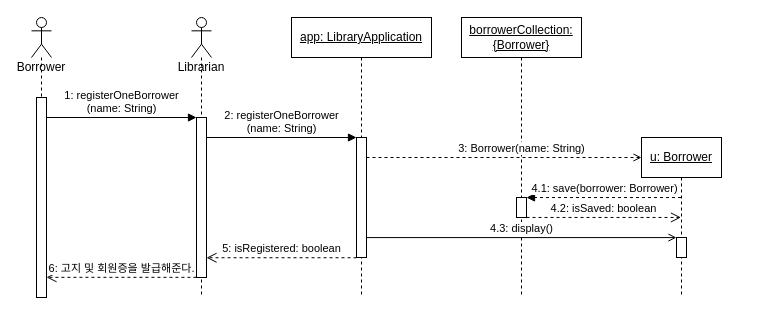
The draw.io diagram UML/SD1 Register one borrower.drawio in Halozhan/2023-2-LibraryApplication, before the edit. Source tidied: cells renumbered, new cells numbered last; positions are measured from the earlier drawing's top-left corner, leaving out a move shared by most shapes. Both pictures are drawn from the tidied source at 100%, with x=0, y=0 at pixel (31, 17).
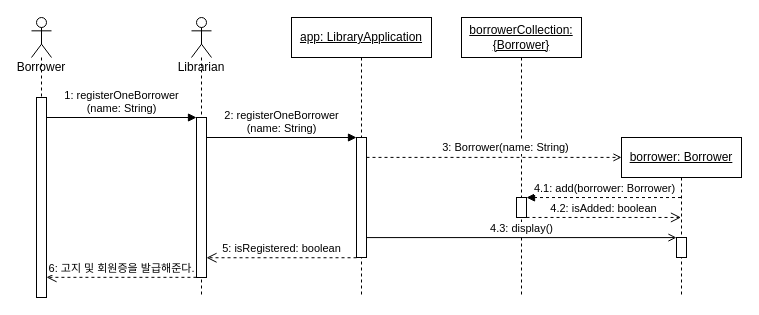
The same diagram, later.

Unchanged cells that the change refers to:
```xml
<mxCell id="9" style="html=1;points=[];perimeter=orthogonalPerimeter;" parent="8" vertex="1">
  <mxGeometry x="65" y="120" width="10" height="120" as="geometry" />
</mxCell>
<mxCell id="11" style="html=1;points=[];perimeter=orthogonalPerimeter;" parent="10" vertex="1">
  <mxGeometry x="55" y="180" width="10" height="20" as="geometry" />
</mxCell>
```

Change to the diagram source:
```diff
@@
-    <mxCell id="12" style="html=1;verticalAlign=bottom;labelBackgroundColor=none;endArrow=open;endFill=0;dashed=1;" parent="1" edge="1" source="9">
+    <mxCell id="12" style="html=1;verticalAlign=bottom;labelBackgroundColor=none;endArrow=open;endFill=0;dashed=1;" parent="1" edge="1">
       <mxGeometry relative="1" as="geometry">
-        <mxPoint x="610" y="140" as="targetPoint" />
+        <mxPoint x="335" y="139.9" as="sourcePoint" />
+        <mxPoint x="590" y="139.9" as="targetPoint" />
       </mxGeometry>
     </mxCell>
@@
-    <mxCell id="16" value="&lt;u style=&quot;&quot;&gt;u: Borrower&lt;/u&gt;" style="shape=umlLifeline;perimeter=lifelinePerimeter;whiteSpace=wrap;html=1;outlineConnect=0;" parent="1" vertex="1">
-      <mxGeometry x="610" y="120" width="80" height="160" as="geometry" />
+    <mxCell id="16" value="&lt;u style=&quot;&quot;&gt;borrower: Borrower&lt;/u&gt;" style="shape=umlLifeline;perimeter=lifelinePerimeter;whiteSpace=wrap;html=1;outlineConnect=0;" parent="1" vertex="1">
+      <mxGeometry x="590" y="120" width="120" height="160" as="geometry" />
     </mxCell>
     <mxCell id="17" style="html=1;points=[];perimeter=orthogonalPerimeter;" parent="16" vertex="1">
-      <mxGeometry x="35" y="100" width="10" height="20" as="geometry" />
+      <mxGeometry x="55" y="100" width="10" height="20" as="geometry" />
     </mxCell>
-    <mxCell id="18" value="4.1: save(borrower: Borrower)" style="html=1;verticalAlign=bottom;endArrow=block;entryX=1.002;entryY=0.002;dashed=1;entryDx=0;entryDy=0;entryPerimeter=0;" parent="1" edge="1" source="16" target="11">
+    <mxCell id="18" value="4.1: add(borrower: Borrower)" style="html=1;verticalAlign=bottom;endArrow=block;entryX=1.002;entryY=0.002;dashed=1;entryDx=0;entryDy=0;entryPerimeter=0;" parent="1" edge="1" source="16" target="11">
       <mxGeometry relative="1" as="geometry" />
     </mxCell>
-    <mxCell id="19" value="4.2: isSaved: boolean" style="html=1;verticalAlign=bottom;endArrow=open;dashed=1;endSize=8;exitX=1.002;exitY=0.998;exitDx=0;exitDy=0;exitPerimeter=0;" parent="1" edge="1" source="11" target="16">
+    <mxCell id="19" value="4.2: isAdded: boolean" style="html=1;verticalAlign=bottom;endArrow=open;dashed=1;endSize=8;exitX=1.002;exitY=0.998;exitDx=0;exitDy=0;exitPerimeter=0;" parent="1" edge="1" source="11" target="16">
       <mxGeometry relative="1" as="geometry" />
     </mxCell>
```
